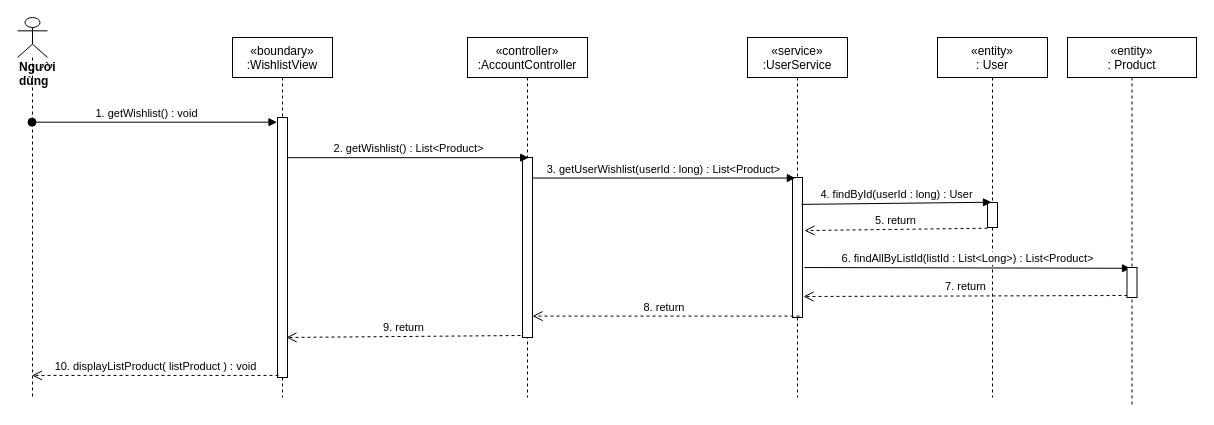
The draw.io diagram sequence diagram/get-wishlist-sequence-diagram.drawio in nguyenphamvan/datn_20202, before the edit. Source tidied: cells renumbered, new cells numbered last; positions are measured from the earlier drawing's top-left corner, leaving out a move shared by most shapes. Both pictures are drawn from the tidied source at 100%, with x=0, y=0 at pixel (17, 17).
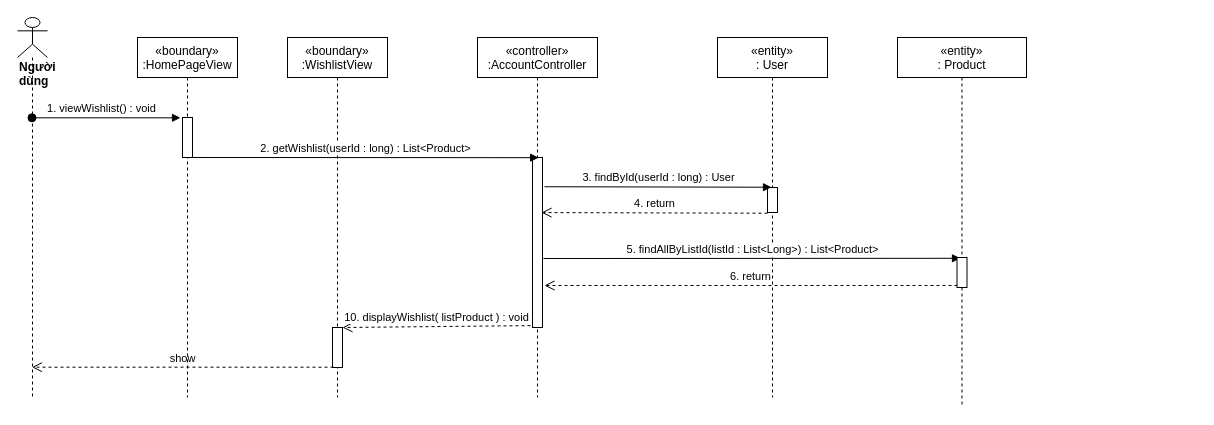
After the change.

Unchanged cells that the change refers to:
```xml
<mxCell id="6" value="&lt;div&gt;&lt;b&gt;Người dùng&lt;/b&gt;&lt;/div&gt;" style="shape=umlLifeline;participant=umlActor;perimeter=lifelinePerimeter;whiteSpace=wrap;html=1;verticalAlign=top;spacingTop=36;outlineConnect=0;align=left;" parent="1" vertex="1">
  <mxGeometry width="30" height="380" as="geometry" />
</mxCell>
```

Diff of the diagram source:
```diff
@@
     <mxCell id="2" value="«boundary»&#10;:WishlistView" style="shape=umlLifeline;perimeter=lifelinePerimeter;rounded=0;shadow=0;strokeWidth=1;" parent="1" vertex="1">
-      <mxGeometry x="215" y="20" width="100" height="360" as="geometry" />
+      <mxGeometry x="270" y="20" width="100" height="360" as="geometry" />
     </mxCell>
     <mxCell id="3" style="points=[];perimeter=orthogonalPerimeter;rounded=0;shadow=0;strokeWidth=1;" parent="2" vertex="1">
-      <mxGeometry x="45" y="80" width="10" height="260" as="geometry" />
+      <mxGeometry x="45" y="290" width="10" height="40" as="geometry" />
     </mxCell>
     <mxCell id="4" value="«controller»&#10;:AccountController" style="shape=umlLifeline;perimeter=lifelinePerimeter;rounded=0;shadow=0;strokeWidth=1;" parent="1" vertex="1">
-      <mxGeometry x="450" y="20" width="120" height="360" as="geometry" />
+      <mxGeometry x="460" y="20" width="120" height="360" as="geometry" />
     </mxCell>
     <mxCell id="5" style="points=[];perimeter=orthogonalPerimeter;rounded=0;shadow=0;strokeWidth=1;" parent="4" vertex="1">
-      <mxGeometry x="55" y="120" width="10" height="180" as="geometry" />
+      <mxGeometry x="55" y="120" width="10" height="170" as="geometry" />
     </mxCell>
@@
-    <mxCell id="7" value="1. getWishlist() : void" style="verticalAlign=bottom;startArrow=oval;endArrow=block;startSize=8;shadow=0;strokeWidth=1;entryX=-0.05;entryY=0.018;entryDx=0;entryDy=0;entryPerimeter=0;" parent="1" edge="1" source="6" target="3">
+    <mxCell id="7" value="1. viewWishlist() : void" style="verticalAlign=bottom;startArrow=oval;endArrow=block;startSize=8;shadow=0;strokeWidth=1;entryX=-0.2;entryY=0.008;entryDx=0;entryDy=0;entryPerimeter=0;" parent="1" edge="1" source="6" target="24">
       <mxGeometry x="-0.06" relative="1" as="geometry" />
     </mxCell>
-    <mxCell id="8" value="«service»&#10;:UserService" style="shape=umlLifeline;perimeter=lifelinePerimeter;rounded=0;shadow=0;strokeWidth=1;" parent="1" vertex="1">
-      <mxGeometry x="730" y="20" width="100" height="360" as="geometry" />
-    </mxCell>
-    <mxCell id="9" style="points=[];perimeter=orthogonalPerimeter;rounded=0;shadow=0;strokeWidth=1;" parent="8" vertex="1">
-      <mxGeometry x="45" y="140" width="10" height="140" as="geometry" />
-    </mxCell>
-    <mxCell id="10" value="2. getWishlist() : List&amp;lt;Product&amp;gt;" style="html=1;verticalAlign=bottom;endArrow=block;entryX=0.617;entryY=0.001;entryDx=0;entryDy=0;entryPerimeter=0;" parent="1" edge="1" source="3" target="5">
+    <mxCell id="10" value="2. getWishlist(userId : long) : List&amp;lt;Product&amp;gt;" style="html=1;verticalAlign=bottom;endArrow=block;entryX=0.617;entryY=0.001;entryDx=0;entryDy=0;entryPerimeter=0;" parent="1" edge="1" source="24" target="5">
       <mxGeometry relative="1" as="geometry" />
     </mxCell>
-    <mxCell id="11" value="3. getUserWishlist(userId : long) : List&amp;lt;Product&amp;gt;" style="html=1;verticalAlign=bottom;endArrow=block;entryX=0.283;entryY=0.004;entryDx=0;entryDy=0;entryPerimeter=0;" parent="1" edge="1" source="5" target="9">
-      <mxGeometry relative="1" as="geometry" />
-    </mxCell>
-    <mxCell id="12" value="8. return&amp;nbsp;" style="html=1;verticalAlign=bottom;endArrow=open;dashed=1;endSize=8;exitX=0.7;exitY=0.99;exitDx=0;exitDy=0;exitPerimeter=0;" parent="1" edge="1" source="9" target="5">
-      <mxGeometry relative="1" as="geometry" />
-    </mxCell>
     <mxCell id="13" value="«entity»&#10;: User" style="shape=umlLifeline;perimeter=lifelinePerimeter;rounded=0;shadow=0;strokeWidth=1;" parent="1" vertex="1">
-      <mxGeometry x="920" y="20" width="110" height="360" as="geometry" />
+      <mxGeometry x="700" y="20" width="110" height="360" as="geometry" />
     </mxCell>
     <mxCell id="14" style="points=[];perimeter=orthogonalPerimeter;rounded=0;shadow=0;strokeWidth=1;" parent="13" vertex="1">
-      <mxGeometry x="50" y="165" width="10" height="25" as="geometry" />
+      <mxGeometry x="50" y="150" width="10" height="25" as="geometry" />
     </mxCell>
-    <mxCell id="15" value="6. findAllByListId(listId : List&amp;lt;Long&amp;gt;) : List&amp;lt;Product&amp;gt;" style="html=1;verticalAlign=bottom;endArrow=block;entryX=0.35;entryY=0.027;entryDx=0;entryDy=0;entryPerimeter=0;exitX=1.2;exitY=0.643;exitDx=0;exitDy=0;exitPerimeter=0;" parent="1" edge="1" source="9" target="20">
-      <mxGeometry relative="1" as="geometry" />
+    <mxCell id="15" value="5. findAllByListId(listId : List&amp;lt;Long&amp;gt;) : List&amp;lt;Product&amp;gt;" style="html=1;verticalAlign=bottom;endArrow=block;entryX=0.35;entryY=0.027;entryDx=0;entryDy=0;entryPerimeter=0;" parent="1" edge="1" target="20">
+      <mxGeometry relative="1" as="geometry">
+        <mxPoint x="526" y="241" as="sourcePoint" />
+      </mxGeometry>
     </mxCell>
-    <mxCell id="16" value="7. return" style="html=1;verticalAlign=bottom;endArrow=open;dashed=1;endSize=8;exitX=0.05;exitY=0.933;exitDx=0;exitDy=0;exitPerimeter=0;entryX=1.1;entryY=0.85;entryDx=0;entryDy=0;entryPerimeter=0;" parent="1" edge="1" source="20" target="9">
-      <mxGeometry relative="1" as="geometry" />
+    <mxCell id="16" value="6. return" style="html=1;verticalAlign=bottom;endArrow=open;dashed=1;endSize=8;exitX=0.05;exitY=0.933;exitDx=0;exitDy=0;exitPerimeter=0;" parent="1" edge="1" source="20">
+      <mxGeometry relative="1" as="geometry">
+        <mxPoint x="527" y="268" as="targetPoint" />
+      </mxGeometry>
     </mxCell>
-    <mxCell id="17" value="4. findById(userId : long) : User" style="html=1;verticalAlign=bottom;endArrow=block;entryX=0.4;entryY=-0.011;entryDx=0;entryDy=0;entryPerimeter=0;exitX=0.9;exitY=0.192;exitDx=0;exitDy=0;exitPerimeter=0;" parent="1" edge="1" source="9" target="14">
+    <mxCell id="17" value="3. findById(userId : long) : User" style="html=1;verticalAlign=bottom;endArrow=block;entryX=0.4;entryY=-0.011;entryDx=0;entryDy=0;entryPerimeter=0;exitX=1.2;exitY=0.172;exitDx=0;exitDy=0;exitPerimeter=0;" parent="1" edge="1" source="5" target="14">
       <mxGeometry relative="1" as="geometry" />
     </mxCell>
-    <mxCell id="18" value="5. return" style="html=1;verticalAlign=bottom;endArrow=open;dashed=1;endSize=8;exitX=0;exitY=1.029;exitDx=0;exitDy=0;exitPerimeter=0;entryX=1.2;entryY=0.379;entryDx=0;entryDy=0;entryPerimeter=0;" parent="1" edge="1" source="14" target="9">
+    <mxCell id="18" value="4. return" style="html=1;verticalAlign=bottom;endArrow=open;dashed=1;endSize=8;exitX=0;exitY=1.029;exitDx=0;exitDy=0;exitPerimeter=0;entryX=0.9;entryY=0.324;entryDx=0;entryDy=0;entryPerimeter=0;" parent="1" edge="1" source="14" target="5">
       <mxGeometry relative="1" as="geometry" />
     </mxCell>
     <mxCell id="19" value="«entity»&#10;: Product" style="shape=umlLifeline;perimeter=lifelinePerimeter;rounded=0;shadow=0;strokeWidth=1;" parent="1" vertex="1">
-      <mxGeometry x="1050" y="20" width="129" height="370" as="geometry" />
+      <mxGeometry x="880" y="20" width="129" height="370" as="geometry" />
     </mxCell>
     <mxCell id="20" style="points=[];perimeter=orthogonalPerimeter;rounded=0;shadow=0;strokeWidth=1;" parent="19" vertex="1">
-      <mxGeometry x="59.5" y="230" width="10" height="30" as="geometry" />
+      <mxGeometry x="59.5" y="220" width="10" height="30" as="geometry" />
     </mxCell>
-    <mxCell id="21" value="9. return" style="html=1;verticalAlign=bottom;endArrow=open;dashed=1;endSize=8;exitX=-0.2;exitY=0.989;exitDx=0;exitDy=0;exitPerimeter=0;entryX=0.9;entryY=0.846;entryDx=0;entryDy=0;entryPerimeter=0;" parent="1" edge="1" source="5" target="3">
+    <mxCell id="21" value="&lt;span style=&quot;font-family: &amp;#34;helvetica&amp;#34;&quot;&gt;10. displayWishlist( listProduct ) : void&lt;/span&gt;" style="html=1;verticalAlign=bottom;endArrow=open;dashed=1;endSize=8;exitX=-0.2;exitY=0.989;exitDx=0;exitDy=0;exitPerimeter=0;" parent="1" edge="1" source="5" target="3">
       <mxGeometry relative="1" as="geometry" />
     </mxCell>
-    <mxCell id="22" value="&lt;span style=&quot;color: rgb(0 , 0 , 0) ; font-family: &amp;#34;helvetica&amp;#34; ; font-size: 11px ; font-style: normal ; font-weight: 400 ; letter-spacing: normal ; text-align: center ; text-indent: 0px ; text-transform: none ; word-spacing: 0px ; background-color: rgb(255 , 255 , 255) ; display: inline ; float: none&quot;&gt;10. displayListProduct( listProduct ) : void&lt;/span&gt;" style="html=1;verticalAlign=bottom;endArrow=open;dashed=1;endSize=8;exitX=0.1;exitY=0.992;exitDx=0;exitDy=0;exitPerimeter=0;" parent="1" edge="1" source="3" target="6">
+    <mxCell id="22" value="&lt;span style=&quot;color: rgb(0 , 0 , 0) ; font-family: &amp;#34;helvetica&amp;#34; ; font-size: 11px ; font-style: normal ; font-weight: 400 ; letter-spacing: normal ; text-align: center ; text-indent: 0px ; text-transform: none ; word-spacing: 0px ; background-color: rgb(255 , 255 , 255) ; display: inline ; float: none&quot;&gt;show&lt;/span&gt;" style="html=1;verticalAlign=bottom;endArrow=open;dashed=1;endSize=8;exitX=0.1;exitY=0.992;exitDx=0;exitDy=0;exitPerimeter=0;" parent="1" edge="1" source="3" target="6">
       <mxGeometry relative="1" as="geometry" />
     </mxCell>
+    <mxCell id="23" value="«boundary»&#10;:HomePageView" style="shape=umlLifeline;perimeter=lifelinePerimeter;rounded=0;shadow=0;strokeWidth=1;" parent="1" vertex="1">
+      <mxGeometry x="120" y="20" width="100" height="360" as="geometry" />
+    </mxCell>
+    <mxCell id="24" style="points=[];perimeter=orthogonalPerimeter;rounded=0;shadow=0;strokeWidth=1;" parent="23" vertex="1">
+      <mxGeometry x="45" y="80" width="10" height="40" as="geometry" />
+    </mxCell>
```
